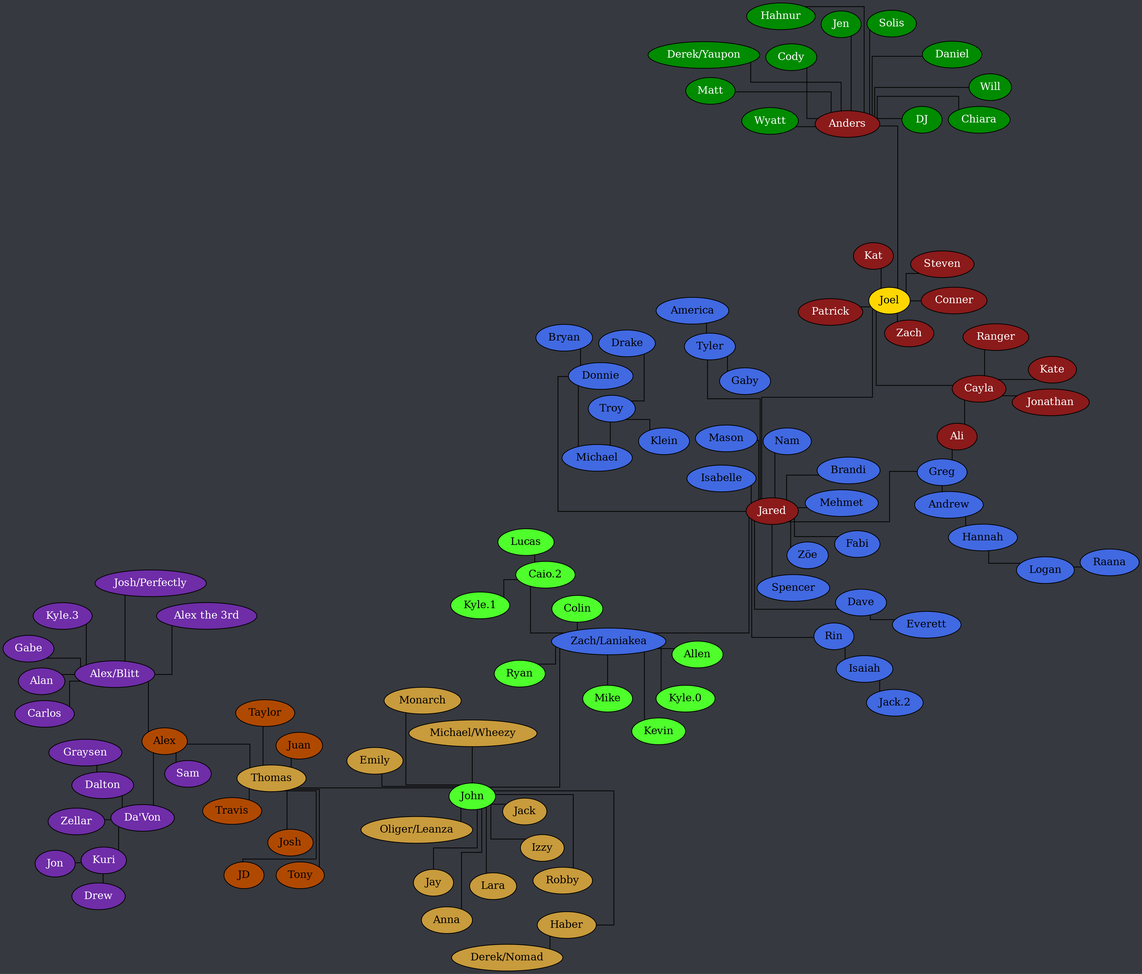
This is tree.png from Documidas/CoronaCatzFamilyTree, a Graphviz export, as it was before one commit. Its source is kept beside it as tree.dot.
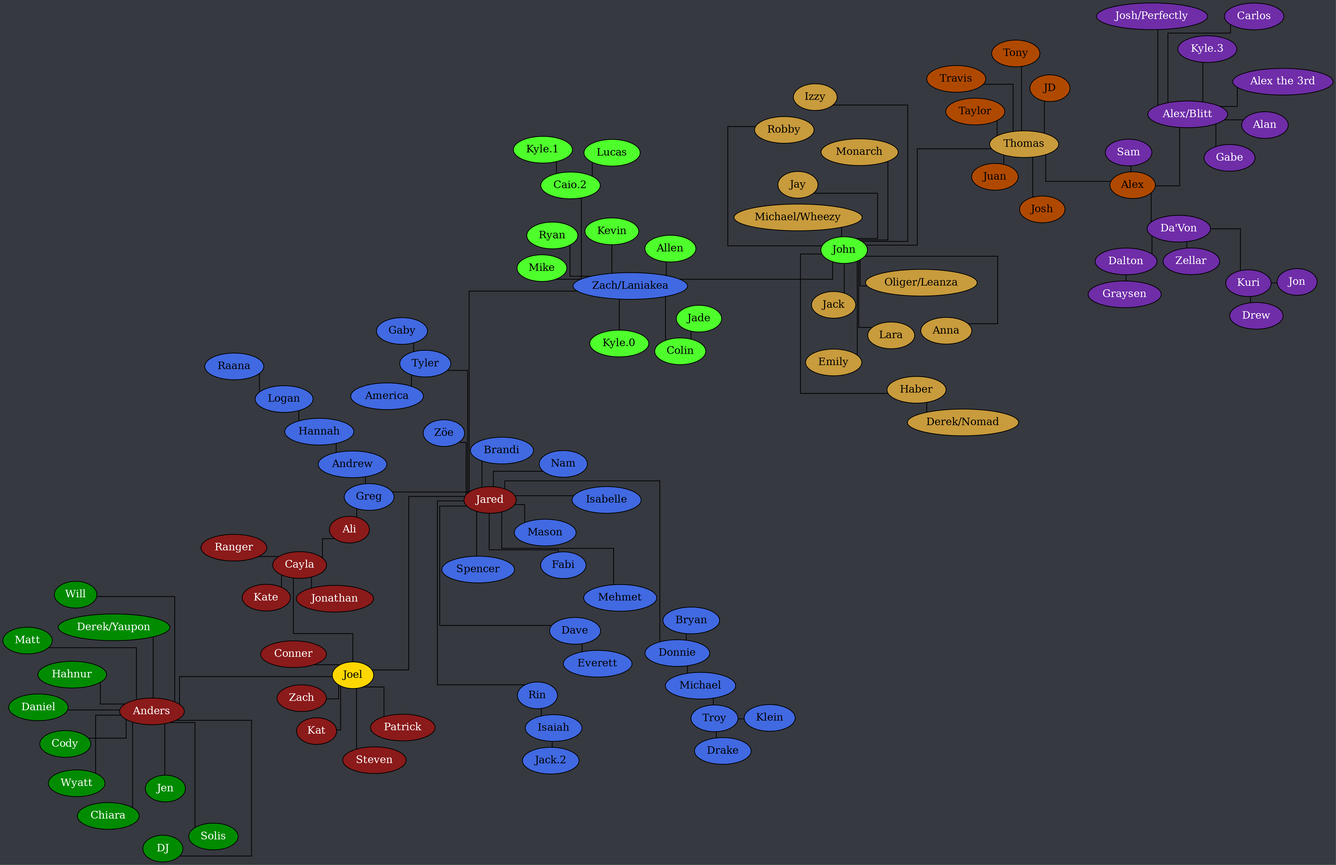
Later version of the same file.

What changed in the source:
```diff
@@ -84,6 +84,7 @@
 
 		"Caio.2" -- "Kyle.1";
 		"Caio.2" -- Lucas;
+		Colin -- Jade;
 		"Zach/Laniakea" -- Allen;
 		"Zach/Laniakea" -- "Caio.2";
 		"Zach/Laniakea" -- Colin;
```
